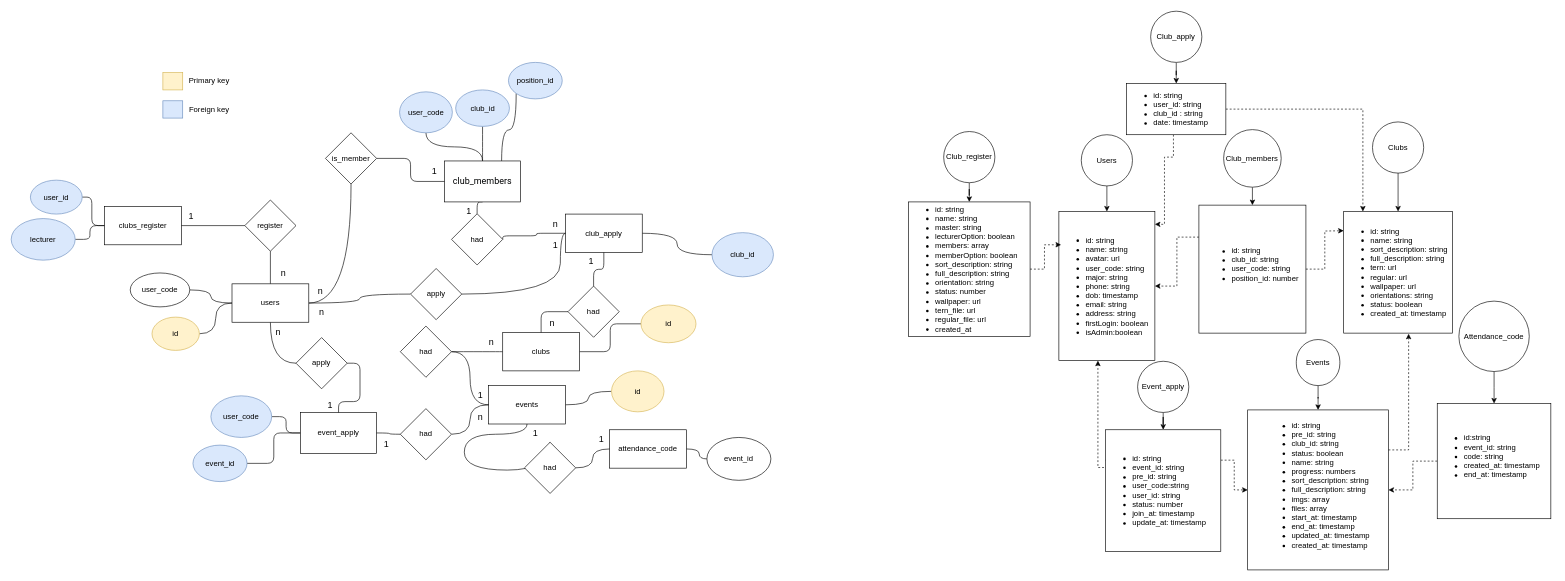
This is page "Trang-26" (26 of 26) of Diagram.drawio from DnhTrn/finall_project, a draw.io file, before an edit. Source tidied: cells renumbered, new cells numbered last; positions are measured from the earlier drawing's top-left corner, leaving out a move shared by most shapes. Both pictures are drawn from the tidied source at 64%, with x=0, y=0 at pixel (11, 11).
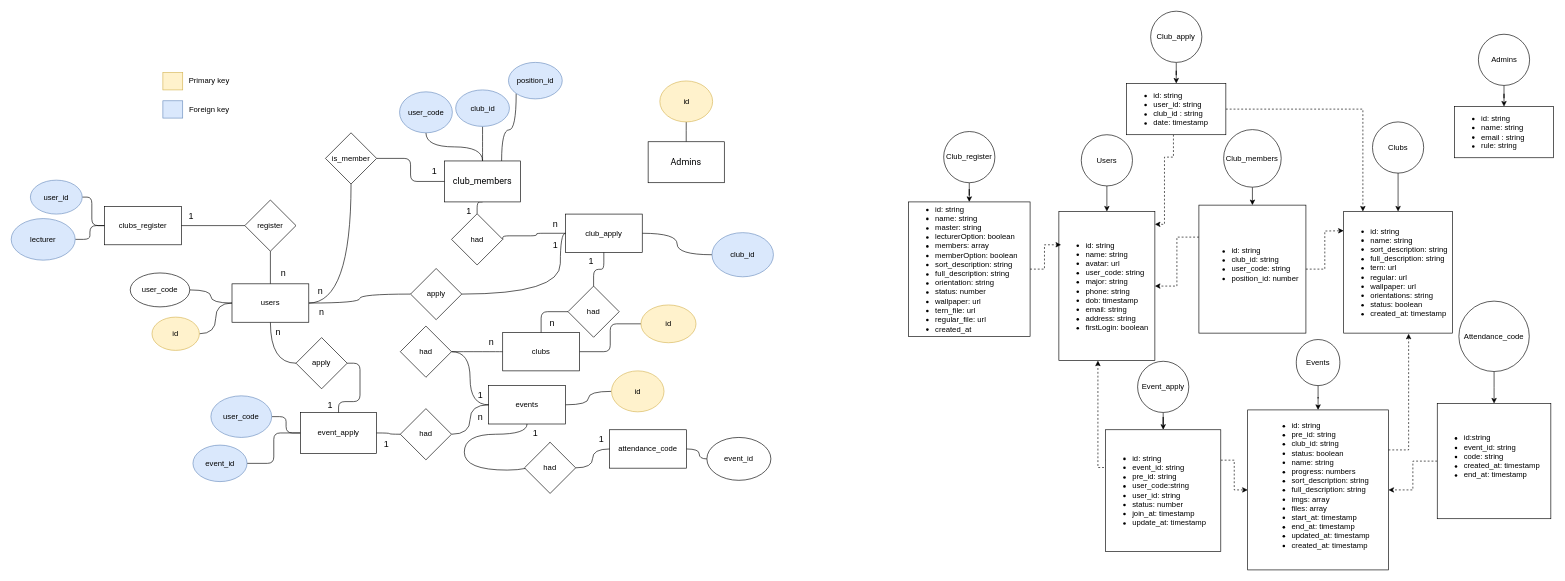
Above is the later version.

Commit message:
Cập nhật Diagram.drawio

Change to the diagram source:
```diff
@@
-    <mxCell id="102" value="&lt;ul&gt;&lt;li&gt;id: string&lt;/li&gt;&lt;li&gt;name: string&lt;/li&gt;&lt;li&gt;avatar: url&lt;/li&gt;&lt;li&gt;user_code: string&lt;/li&gt;&lt;li&gt;major: string&lt;/li&gt;&lt;li&gt;phone: string&lt;/li&gt;&lt;li&gt;dob: timestamp&lt;/li&gt;&lt;li&gt;email: string&lt;/li&gt;&lt;li&gt;address: string&lt;/li&gt;&lt;li&gt;firstLogin: boolean&lt;/li&gt;&lt;li&gt;isAdmin:boolean&lt;/li&gt;&lt;/ul&gt;" style="whiteSpace=wrap;html=1;rounded=1;arcSize=0;align=left;" parent="1" vertex="1">
+    <mxCell id="102" value="&lt;ul&gt;&lt;li&gt;id: string&lt;/li&gt;&lt;li&gt;name: string&lt;/li&gt;&lt;li&gt;avatar: url&lt;/li&gt;&lt;li&gt;user_code: string&lt;/li&gt;&lt;li&gt;major: string&lt;/li&gt;&lt;li&gt;phone: string&lt;/li&gt;&lt;li&gt;dob: timestamp&lt;/li&gt;&lt;li&gt;email: string&lt;/li&gt;&lt;li&gt;address: string&lt;/li&gt;&lt;li&gt;firstLogin: boolean&lt;/li&gt;&lt;/ul&gt;" style="whiteSpace=wrap;html=1;rounded=1;arcSize=0;align=left;" parent="1" vertex="1">
       <mxGeometry x="1637" y="313" width="150" height="233" as="geometry" />
     </mxCell>
@@
+    <mxCell id="119" style="rounded=0;jettySize=auto;html=1;endArrow=none;endFill=0;edgeStyle=orthogonalEdgeStyle;curved=1;" parent="1" edge="1" source="120" target="121">
+      <mxGeometry relative="1" as="geometry" />
+    </mxCell>
+    <mxCell id="120" value="&lt;div style=&quot;text-align: start;&quot;&gt;&lt;font face=&quot;Roboto, Helvetica Neue, sans-serif&quot; color=&quot;#010203&quot;&gt;&lt;span style=&quot;font-size: 14px; text-wrap-mode: nowrap;&quot;&gt;Admins&lt;/span&gt;&lt;/font&gt;&lt;/div&gt;" style="rounded=0;whiteSpace=wrap;html=1;" parent="1" vertex="1">
+      <mxGeometry x="995.2" y="204" width="119" height="64" as="geometry" />
+    </mxCell>
+    <mxCell id="121" value="id" style="ellipse;whiteSpace=wrap;html=1;rounded=0;fillColor=#fff2cc;strokeColor=#d6b656;" parent="1" vertex="1">
+      <mxGeometry x="1013.5" y="109" width="82.5" height="64" as="geometry" />
+    </mxCell>
+    <mxCell id="122" style="edgeStyle=orthogonalEdgeStyle;rounded=0;jettySize=auto;html=1;" parent="1" edge="1" source="123" target="124">
+      <mxGeometry relative="1" as="geometry" />
+    </mxCell>
+    <mxCell id="123" value="Admins" style="rounded=1;whiteSpace=wrap;html=1;arcSize=50;" parent="1" vertex="1">
+      <mxGeometry x="2292.5" y="36" width="80" height="80" as="geometry" />
+    </mxCell>
+    <mxCell id="124" value="&lt;ul&gt;&lt;li&gt;id: string&lt;/li&gt;&lt;li&gt;name: string&lt;/li&gt;&lt;li&gt;email : string&lt;/li&gt;&lt;li&gt;rule: string&lt;/li&gt;&lt;/ul&gt;" style="whiteSpace=wrap;html=1;rounded=1;arcSize=0;align=left;" parent="1" vertex="1">
+      <mxGeometry x="2255" y="149" width="155" height="80" as="geometry" />
+    </mxCell>
```
